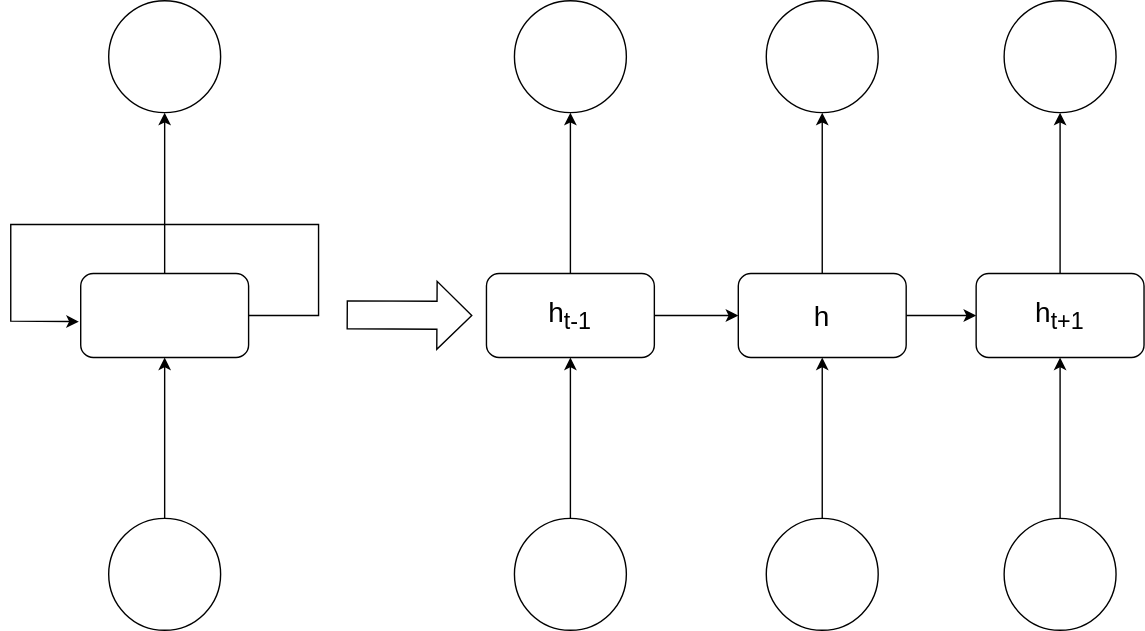
Before: RNN.svg, a diagram exported from draw.io (williamm6891/Actividad_1). Source tidied: cells renumbered, new cells last; positions are measured from the earlier drawing's top-left corner, leaving out a move shared by most shapes.
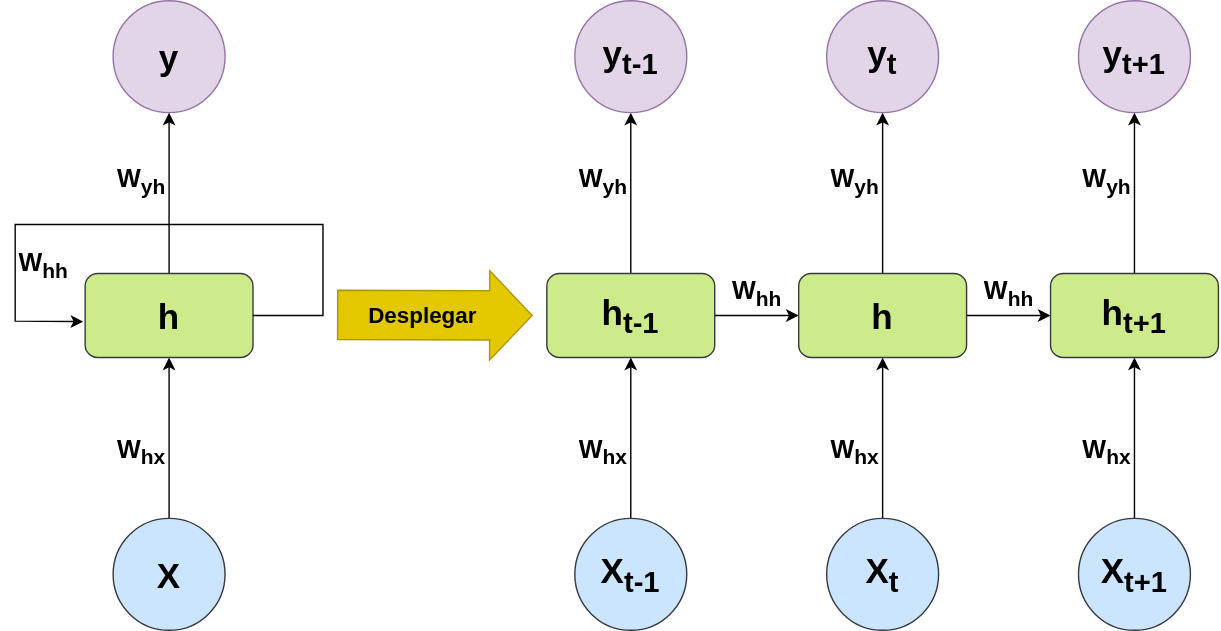
After the commit.

Diff of the diagram source:
```diff
@@ -2,41 +2,41 @@
   <root>
     <mxCell id="0" />
     <mxCell id="1" parent="0" />
-    <mxCell id="2" style="ellipse;whiteSpace=wrap;html=1;" parent="1" vertex="1">
+    <mxCell id="2" value="&lt;font style=&quot;font-size: 25px;&quot;&gt;&lt;b&gt;y&lt;/b&gt;&lt;/font&gt;" style="ellipse;whiteSpace=wrap;html=1;fillColor=#e1d5e7;strokeColor=#9673a6;" parent="1" vertex="1">
       <mxGeometry x="70" width="80" height="80" as="geometry" />
     </mxCell>
-    <mxCell id="3" style="ellipse;whiteSpace=wrap;html=1;" parent="1" vertex="1">
-      <mxGeometry x="360" width="80" height="80" as="geometry" />
+    <mxCell id="3" value="&lt;font style=&quot;font-size: 25px;&quot;&gt;&lt;b&gt;y&lt;sub&gt;t-1&lt;/sub&gt;&lt;/b&gt;&lt;/font&gt;" style="ellipse;whiteSpace=wrap;html=1;fillColor=#e1d5e7;strokeColor=#9673a6;" parent="1" vertex="1">
+      <mxGeometry x="400" width="80" height="80" as="geometry" />
     </mxCell>
-    <mxCell id="4" style="ellipse;whiteSpace=wrap;html=1;" parent="1" vertex="1">
-      <mxGeometry x="540" width="80" height="80" as="geometry" />
+    <mxCell id="4" value="&lt;b style=&quot;font-size: 25px;&quot;&gt;y&lt;sub&gt;t&lt;/sub&gt;&lt;/b&gt;" style="ellipse;whiteSpace=wrap;html=1;fillColor=#e1d5e7;strokeColor=#9673a6;" parent="1" vertex="1">
+      <mxGeometry x="580" width="80" height="80" as="geometry" />
     </mxCell>
-    <mxCell id="5" style="ellipse;whiteSpace=wrap;html=1;" parent="1" vertex="1">
-      <mxGeometry x="710" width="80" height="80" as="geometry" />
+    <mxCell id="5" value="&lt;font style=&quot;font-size: 25px;&quot;&gt;&lt;b&gt;y&lt;sub&gt;t+1&lt;/sub&gt;&lt;/b&gt;&lt;/font&gt;" style="ellipse;whiteSpace=wrap;html=1;fillColor=#e1d5e7;strokeColor=#9673a6;" parent="1" vertex="1">
+      <mxGeometry x="760" width="80" height="80" as="geometry" />
     </mxCell>
     <mxCell id="6" style="edgeStyle=orthogonalEdgeStyle;rounded=0;jettySize=auto;html=1;" parent="1" edge="1" source="7" target="23">
       <mxGeometry relative="1" as="geometry" />
     </mxCell>
-    <mxCell id="7" style="ellipse;whiteSpace=wrap;html=1;" parent="1" vertex="1">
+    <mxCell id="7" value="&lt;font style=&quot;font-size: 25px;&quot;&gt;&lt;b&gt;X&lt;/b&gt;&lt;/font&gt;" style="ellipse;whiteSpace=wrap;html=1;fillColor=#cce5ff;strokeColor=#36393d;" parent="1" vertex="1">
       <mxGeometry x="70" y="370" width="80" height="80" as="geometry" />
     </mxCell>
     <mxCell id="8" style="edgeStyle=orthogonalEdgeStyle;rounded=0;jettySize=auto;html=1;" parent="1" edge="1" source="9" target="16">
       <mxGeometry relative="1" as="geometry" />
     </mxCell>
-    <mxCell id="9" style="ellipse;whiteSpace=wrap;html=1;" parent="1" vertex="1">
-      <mxGeometry x="360" y="370" width="80" height="80" as="geometry" />
+    <mxCell id="9" value="&lt;font style=&quot;font-size: 25px;&quot;&gt;&lt;b&gt;X&lt;sub&gt;t-1&lt;/sub&gt;&lt;/b&gt;&lt;/font&gt;" style="ellipse;whiteSpace=wrap;html=1;fillColor=#cce5ff;strokeColor=#36393d;" parent="1" vertex="1">
+      <mxGeometry x="400" y="370" width="80" height="80" as="geometry" />
     </mxCell>
     <mxCell id="10" style="edgeStyle=orthogonalEdgeStyle;rounded=0;jettySize=auto;html=1;" parent="1" edge="1" source="11" target="19">
       <mxGeometry relative="1" as="geometry" />
     </mxCell>
-    <mxCell id="11" style="ellipse;whiteSpace=wrap;html=1;" parent="1" vertex="1">
-      <mxGeometry x="540" y="370" width="80" height="80" as="geometry" />
+    <mxCell id="11" value="&lt;font style=&quot;font-size: 25px;&quot;&gt;&lt;b&gt;X&lt;sub&gt;t&lt;/sub&gt;&lt;/b&gt;&lt;/font&gt;" style="ellipse;whiteSpace=wrap;html=1;fillColor=#cce5ff;strokeColor=#36393d;" parent="1" vertex="1">
+      <mxGeometry x="580" y="370" width="80" height="80" as="geometry" />
     </mxCell>
     <mxCell id="12" style="edgeStyle=orthogonalEdgeStyle;rounded=0;jettySize=auto;html=1;" parent="1" edge="1" source="13" target="21">
       <mxGeometry relative="1" as="geometry" />
     </mxCell>
-    <mxCell id="13" style="ellipse;whiteSpace=wrap;html=1;" parent="1" vertex="1">
-      <mxGeometry x="710" y="370" width="80" height="80" as="geometry" />
+    <mxCell id="13" value="&lt;font style=&quot;font-size: 25px;&quot;&gt;&lt;b&gt;X&lt;sub&gt;t+1&lt;/sub&gt;&lt;/b&gt;&lt;/font&gt;" style="ellipse;whiteSpace=wrap;html=1;fillColor=#cce5ff;strokeColor=#36393d;" parent="1" vertex="1">
+      <mxGeometry x="760" y="370" width="80" height="80" as="geometry" />
     </mxCell>
     <mxCell id="14" style="edgeStyle=orthogonalEdgeStyle;rounded=0;jettySize=auto;html=1;" parent="1" edge="1" source="16" target="3">
       <mxGeometry relative="1" as="geometry" />
@@ -44,8 +44,8 @@
     <mxCell id="15" style="edgeStyle=orthogonalEdgeStyle;rounded=0;jettySize=auto;html=1;" parent="1" edge="1" source="16" target="19">
       <mxGeometry relative="1" as="geometry" />
     </mxCell>
-    <mxCell id="16" value="&lt;font style=&quot;font-size: 20px;&quot;&gt;h&lt;sub&gt;t-1&lt;/sub&gt;&lt;/font&gt;" style="rounded=1;whiteSpace=wrap;html=1;" parent="1" vertex="1">
-      <mxGeometry x="340" y="195" width="120" height="60" as="geometry" />
+    <mxCell id="16" value="&lt;font style=&quot;font-size: 25px;&quot;&gt;&lt;b&gt;h&lt;sub&gt;t-1&lt;/sub&gt;&lt;/b&gt;&lt;/font&gt;" style="rounded=1;whiteSpace=wrap;html=1;fillColor=#cdeb8b;strokeColor=#36393d;" parent="1" vertex="1">
+      <mxGeometry x="380" y="195" width="120" height="60" as="geometry" />
     </mxCell>
     <mxCell id="17" style="edgeStyle=orthogonalEdgeStyle;rounded=0;jettySize=auto;html=1;" parent="1" edge="1" source="19" target="4">
       <mxGeometry relative="1" as="geometry" />
@@ -53,19 +53,19 @@
     <mxCell id="18" style="edgeStyle=orthogonalEdgeStyle;rounded=0;jettySize=auto;html=1;" parent="1" edge="1" source="19" target="21">
       <mxGeometry relative="1" as="geometry" />
     </mxCell>
-    <mxCell id="19" value="&lt;font style=&quot;font-size: 20px;&quot;&gt;h&lt;/font&gt;" style="rounded=1;whiteSpace=wrap;html=1;" parent="1" vertex="1">
-      <mxGeometry x="520" y="195" width="120" height="60" as="geometry" />
+    <mxCell id="19" value="&lt;font style=&quot;font-size: 25px;&quot;&gt;&lt;b&gt;h&lt;/b&gt;&lt;/font&gt;" style="rounded=1;whiteSpace=wrap;html=1;fillColor=#cdeb8b;strokeColor=#36393d;" parent="1" vertex="1">
+      <mxGeometry x="560" y="195" width="120" height="60" as="geometry" />
     </mxCell>
     <mxCell id="20" style="edgeStyle=orthogonalEdgeStyle;rounded=0;jettySize=auto;html=1;" parent="1" edge="1" source="21" target="5">
       <mxGeometry relative="1" as="geometry" />
     </mxCell>
-    <mxCell id="21" value="&lt;font style=&quot;font-size: 20px;&quot;&gt;h&lt;sub style=&quot;border-color: var(--border-color);&quot;&gt;t+1&lt;/sub&gt;&lt;/font&gt;" style="rounded=1;whiteSpace=wrap;html=1;" parent="1" vertex="1">
-      <mxGeometry x="690" y="195" width="120" height="60" as="geometry" />
+    <mxCell id="21" value="&lt;font style=&quot;font-size: 25px;&quot;&gt;&lt;b&gt;h&lt;sub style=&quot;border-color: var(--border-color);&quot;&gt;t+1&lt;/sub&gt;&lt;/b&gt;&lt;/font&gt;" style="rounded=1;whiteSpace=wrap;html=1;fillColor=#cdeb8b;strokeColor=#36393d;" parent="1" vertex="1">
+      <mxGeometry x="740" y="195" width="120" height="60" as="geometry" />
     </mxCell>
     <mxCell id="22" style="edgeStyle=orthogonalEdgeStyle;rounded=0;jettySize=auto;html=1;" parent="1" edge="1" source="23" target="2">
       <mxGeometry relative="1" as="geometry" />
     </mxCell>
-    <mxCell id="23" style="rounded=1;whiteSpace=wrap;html=1;" parent="1" vertex="1">
+    <mxCell id="23" value="&lt;font size=&quot;1&quot; style=&quot;&quot;&gt;&lt;b style=&quot;font-size: 25px;&quot;&gt;h&lt;/b&gt;&lt;/font&gt;" style="rounded=1;whiteSpace=wrap;html=1;fillColor=#cdeb8b;strokeColor=#36393d;" parent="1" vertex="1">
       <mxGeometry x="50" y="195" width="120" height="60" as="geometry" />
     </mxCell>
     <mxCell id="24" style="endArrow=classic;html=1;rounded=0;exitX=1;exitY=0.5;exitDx=0;exitDy=0;entryX=-0.011;entryY=0.573;entryDx=0;entryDy=0;entryPerimeter=0;" parent="1" edge="1" source="23" target="23">
@@ -78,11 +78,49 @@
         </Array>
       </mxGeometry>
     </mxCell>
-    <mxCell id="25" style="shape=flexArrow;endArrow=classic;html=1;rounded=0;endWidth=27.619047619047617;endSize=7.958974358974359;width=20;" parent="1" edge="1">
+    <mxCell id="25" style="shape=flexArrow;endArrow=classic;html=1;rounded=0;endWidth=27.619047619047617;endSize=9.78095238095238;width=35.238095238095234;fillColor=#e3c800;strokeColor=#B09500;" parent="1" edge="1">
       <mxGeometry relative="1" as="geometry">
-        <mxPoint x="240" y="224.5" as="sourcePoint" />
-        <mxPoint x="330" y="225" as="targetPoint" />
+        <mxPoint x="230" y="224.5" as="sourcePoint" />
+        <mxPoint x="370" y="225" as="targetPoint" />
       </mxGeometry>
     </mxCell>
+    <mxCell id="26" value="&lt;font size=&quot;1&quot; style=&quot;&quot;&gt;&lt;b style=&quot;font-size: 16px;&quot;&gt;Desplegar&lt;/b&gt;&lt;/font&gt;" style="edgeLabel;html=1;align=center;verticalAlign=middle;labelBackgroundColor=#e3c800;" parent="25" vertex="1">
+      <mxGeometry x="-0.45" y="-1" relative="1" as="geometry">
+        <mxPoint x="21" y="-1" as="offset" />
+      </mxGeometry>
+    </mxCell>
+    <mxCell id="27" value="&lt;font style=&quot;font-size: 18px;&quot;&gt;&lt;b&gt;W&lt;sub&gt;hx&lt;/sub&gt;&lt;/b&gt;&lt;/font&gt;" style="text;html=1;align=center;verticalAlign=middle;strokeColor=none;fillColor=none;" parent="1" vertex="1">
+      <mxGeometry x="60" y="303" width="60" height="40" as="geometry" />
+    </mxCell>
+    <mxCell id="28" value="&lt;font style=&quot;font-size: 18px;&quot;&gt;&lt;b&gt;W&lt;sub&gt;hx&lt;/sub&gt;&lt;/b&gt;&lt;/font&gt;" style="text;html=1;align=center;verticalAlign=middle;strokeColor=none;fillColor=none;" parent="1" vertex="1">
+      <mxGeometry x="390" y="303" width="60" height="40" as="geometry" />
+    </mxCell>
+    <mxCell id="29" value="&lt;font style=&quot;font-size: 18px;&quot;&gt;&lt;b&gt;W&lt;sub&gt;hx&lt;/sub&gt;&lt;/b&gt;&lt;/font&gt;" style="text;html=1;align=center;verticalAlign=middle;strokeColor=none;fillColor=none;" parent="1" vertex="1">
+      <mxGeometry x="570" y="303" width="60" height="40" as="geometry" />
+    </mxCell>
+    <mxCell id="30" value="&lt;font style=&quot;font-size: 18px;&quot;&gt;&lt;b&gt;W&lt;sub&gt;hx&lt;/sub&gt;&lt;/b&gt;&lt;/font&gt;" style="text;html=1;align=center;verticalAlign=middle;strokeColor=none;fillColor=none;" parent="1" vertex="1">
+      <mxGeometry x="750" y="303" width="60" height="40" as="geometry" />
+    </mxCell>
+    <mxCell id="31" value="&lt;font style=&quot;font-size: 18px;&quot;&gt;&lt;b&gt;W&lt;sub&gt;yh&lt;/sub&gt;&lt;/b&gt;&lt;/font&gt;" style="text;html=1;align=center;verticalAlign=middle;strokeColor=none;fillColor=none;" parent="1" vertex="1">
+      <mxGeometry x="390" y="110" width="60" height="40" as="geometry" />
+    </mxCell>
+    <mxCell id="32" value="&lt;font style=&quot;font-size: 18px;&quot;&gt;&lt;b&gt;W&lt;sub&gt;yh&lt;/sub&gt;&lt;/b&gt;&lt;/font&gt;" style="text;html=1;align=center;verticalAlign=middle;strokeColor=none;fillColor=none;" parent="1" vertex="1">
+      <mxGeometry x="570" y="110" width="60" height="40" as="geometry" />
+    </mxCell>
+    <mxCell id="33" value="&lt;font style=&quot;font-size: 18px;&quot;&gt;&lt;b&gt;W&lt;sub&gt;yh&lt;/sub&gt;&lt;/b&gt;&lt;/font&gt;" style="text;html=1;align=center;verticalAlign=middle;strokeColor=none;fillColor=none;" parent="1" vertex="1">
+      <mxGeometry x="750" y="110" width="60" height="40" as="geometry" />
+    </mxCell>
+    <mxCell id="34" value="&lt;font style=&quot;font-size: 18px;&quot;&gt;&lt;b&gt;W&lt;sub&gt;yh&lt;/sub&gt;&lt;/b&gt;&lt;/font&gt;" style="text;html=1;align=center;verticalAlign=middle;strokeColor=none;fillColor=none;" parent="1" vertex="1">
+      <mxGeometry x="60" y="110" width="60" height="40" as="geometry" />
+    </mxCell>
+    <mxCell id="35" value="&lt;font style=&quot;font-size: 18px;&quot;&gt;&lt;b&gt;W&lt;sub&gt;hh&lt;/sub&gt;&lt;/b&gt;&lt;/font&gt;" style="text;html=1;align=center;verticalAlign=middle;strokeColor=none;fillColor=none;" parent="1" vertex="1">
+      <mxGeometry x="680" y="190" width="60" height="40" as="geometry" />
+    </mxCell>
+    <mxCell id="36" value="&lt;font style=&quot;font-size: 18px;&quot;&gt;&lt;b&gt;W&lt;sub&gt;hh&lt;/sub&gt;&lt;/b&gt;&lt;/font&gt;" style="text;html=1;align=center;verticalAlign=middle;strokeColor=none;fillColor=none;" parent="1" vertex="1">
+      <mxGeometry x="500" y="190" width="60" height="40" as="geometry" />
+    </mxCell>
+    <mxCell id="37" value="&lt;font style=&quot;font-size: 18px;&quot;&gt;&lt;b&gt;W&lt;sub&gt;hh&lt;/sub&gt;&lt;/b&gt;&lt;/font&gt;" style="text;html=1;align=center;verticalAlign=middle;strokeColor=none;fillColor=none;" parent="1" vertex="1">
+      <mxGeometry x="-10" y="170" width="60" height="40" as="geometry" />
+    </mxCell>
   </root>
 </mxGraphModel>
```
